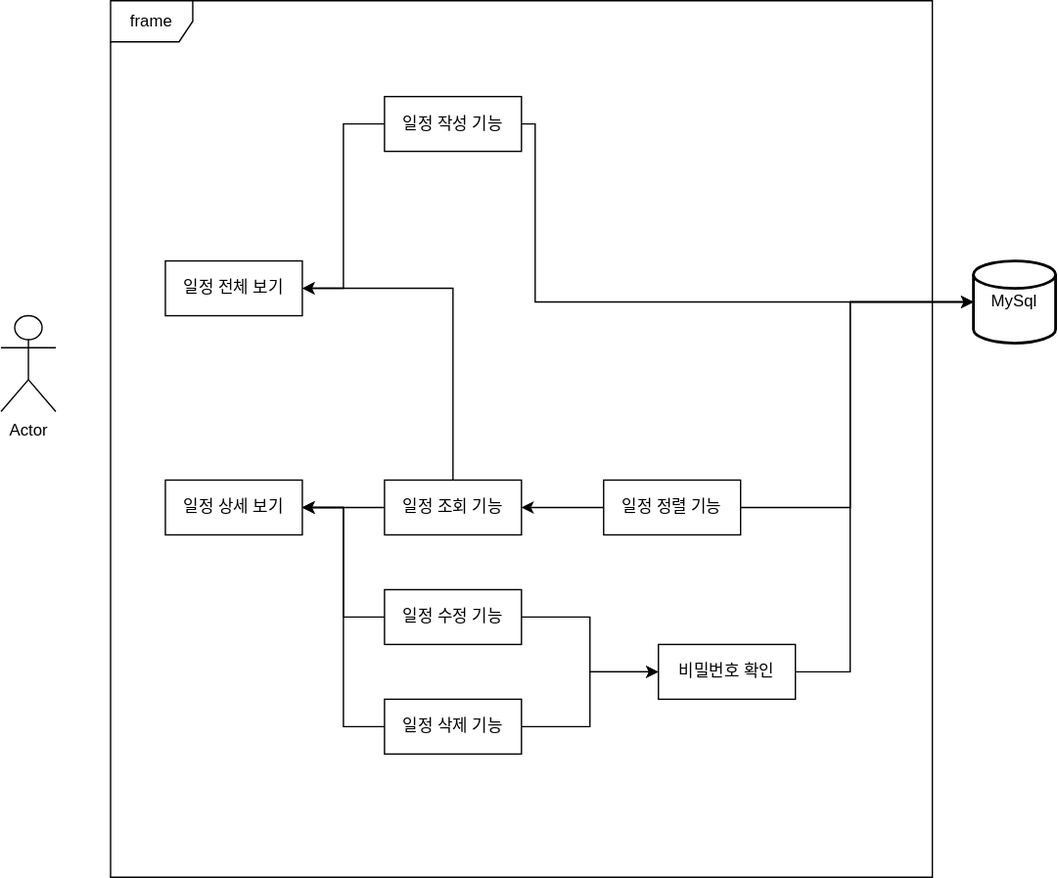
Before: documents/schedule.svg, a diagram exported from draw.io (newbe01/schedule). Source tidied: cells renumbered, new cells last; positions are measured from the earlier drawing's top-left corner, leaving out a move shared by most shapes. The source it was exported from:
```xml
<mxGraphModel background="#FFFFFF">
  <root>
    <mxCell id="0" />
    <mxCell id="1" parent="0" />
    <mxCell id="2" value="Actor" style="shape=umlActor;verticalLabelPosition=bottom;verticalAlign=top;html=1;outlineConnect=0;" parent="1" vertex="1">
      <mxGeometry y="230" width="40" height="70" as="geometry" />
    </mxCell>
    <mxCell id="3" value="frame" style="shape=umlFrame;whiteSpace=wrap;html=1;" parent="1" vertex="1">
      <mxGeometry x="80" width="600" height="640" as="geometry" />
    </mxCell>
    <mxCell id="4" value="MySql" style="strokeWidth=2;html=1;shape=mxgraph.flowchart.database;whiteSpace=wrap;" parent="1" vertex="1">
      <mxGeometry x="710" y="190" width="60" height="60" as="geometry" />
    </mxCell>
    <mxCell id="5" style="edgeStyle=orthogonalEdgeStyle;rounded=0;jettySize=auto;html=1;exitX=0;exitY=0.5;exitDx=0;exitDy=0;entryX=1;entryY=0.5;entryDx=0;entryDy=0;" parent="1" edge="1" source="6" target="18">
      <mxGeometry relative="1" as="geometry" />
    </mxCell>
    <mxCell id="6" value="일정 작성 기능" style="whiteSpace=wrap;html=1;align=center;" parent="1" vertex="1">
      <mxGeometry x="280" y="70" width="100" height="40" as="geometry" />
    </mxCell>
    <mxCell id="7" style="edgeStyle=orthogonalEdgeStyle;rounded=0;jettySize=auto;html=1;exitX=0;exitY=0.5;exitDx=0;exitDy=0;entryX=1;entryY=0.5;entryDx=0;entryDy=0;" parent="1" edge="1" source="9" target="19">
      <mxGeometry relative="1" as="geometry" />
    </mxCell>
    <mxCell id="8" style="edgeStyle=orthogonalEdgeStyle;rounded=0;jettySize=auto;html=1;entryX=1;entryY=0.5;entryDx=0;entryDy=0;exitX=0.5;exitY=0;exitDx=0;exitDy=0;" parent="1" edge="1" source="9" target="18">
      <mxGeometry relative="1" as="geometry">
        <Array as="points">
          <mxPoint x="330" y="210" />
        </Array>
      </mxGeometry>
    </mxCell>
    <mxCell id="9" value="일정 조회 기능" style="whiteSpace=wrap;html=1;align=center;" parent="1" vertex="1">
      <mxGeometry x="280" y="350" width="100" height="40" as="geometry" />
    </mxCell>
    <mxCell id="10" style="edgeStyle=orthogonalEdgeStyle;rounded=0;jettySize=auto;html=1;entryX=1;entryY=0.5;entryDx=0;entryDy=0;" parent="1" edge="1" source="12" target="19">
      <mxGeometry relative="1" as="geometry" />
    </mxCell>
    <mxCell id="11" style="edgeStyle=orthogonalEdgeStyle;rounded=0;jettySize=auto;html=1;entryX=0;entryY=0.5;entryDx=0;entryDy=0;" parent="1" edge="1" source="12" target="22">
      <mxGeometry relative="1" as="geometry" />
    </mxCell>
    <mxCell id="12" value="일정 수정 기능" style="whiteSpace=wrap;html=1;align=center;" parent="1" vertex="1">
      <mxGeometry x="280" y="430" width="100" height="40" as="geometry" />
    </mxCell>
    <mxCell id="13" style="edgeStyle=orthogonalEdgeStyle;rounded=0;jettySize=auto;html=1;entryX=1;entryY=0.5;entryDx=0;entryDy=0;" parent="1" edge="1" source="15" target="19">
      <mxGeometry relative="1" as="geometry" />
    </mxCell>
    <mxCell id="14" style="edgeStyle=orthogonalEdgeStyle;rounded=0;jettySize=auto;html=1;entryX=0;entryY=0.5;entryDx=0;entryDy=0;" parent="1" edge="1" source="15" target="22">
      <mxGeometry relative="1" as="geometry" />
    </mxCell>
    <mxCell id="15" value="일정 삭제 기능&lt;br&gt;" style="whiteSpace=wrap;html=1;align=center;" parent="1" vertex="1">
      <mxGeometry x="280" y="510" width="100" height="40" as="geometry" />
    </mxCell>
    <mxCell id="16" style="edgeStyle=orthogonalEdgeStyle;rounded=0;jettySize=auto;html=1;entryX=1;entryY=0.5;entryDx=0;entryDy=0;" parent="1" edge="1" source="17" target="9">
      <mxGeometry relative="1" as="geometry" />
    </mxCell>
    <mxCell id="17" value="일정 정렬 기능" style="whiteSpace=wrap;html=1;align=center;" parent="1" vertex="1">
      <mxGeometry x="440" y="350" width="100" height="40" as="geometry" />
    </mxCell>
    <mxCell id="18" value="일정 전체 보기" style="whiteSpace=wrap;html=1;align=center;" parent="1" vertex="1">
      <mxGeometry x="120" y="190" width="100" height="40" as="geometry" />
    </mxCell>
    <mxCell id="19" value="일정 상세 보기" style="whiteSpace=wrap;html=1;align=center;" parent="1" vertex="1">
      <mxGeometry x="120" y="350" width="100" height="40" as="geometry" />
    </mxCell>
    <mxCell id="20" style="edgeStyle=orthogonalEdgeStyle;rounded=0;jettySize=auto;html=1;entryX=0;entryY=0.5;entryDx=0;entryDy=0;entryPerimeter=0;" parent="1" edge="1" source="17" target="4">
      <mxGeometry relative="1" as="geometry">
        <Array as="points">
          <mxPoint x="620" y="370" />
          <mxPoint x="620" y="220" />
        </Array>
      </mxGeometry>
    </mxCell>
    <mxCell id="21" style="edgeStyle=orthogonalEdgeStyle;rounded=0;jettySize=auto;html=1;entryX=0;entryY=0.5;entryDx=0;entryDy=0;entryPerimeter=0;" parent="1" edge="1" source="6" target="4">
      <mxGeometry relative="1" as="geometry">
        <Array as="points">
          <mxPoint x="390" y="90" />
          <mxPoint x="390" y="220" />
        </Array>
      </mxGeometry>
    </mxCell>
    <mxCell id="22" value="비밀번호 확인" style="whiteSpace=wrap;html=1;align=center;" parent="1" vertex="1">
      <mxGeometry x="480" y="470" width="100" height="40" as="geometry" />
    </mxCell>
    <mxCell id="23" style="edgeStyle=orthogonalEdgeStyle;rounded=0;jettySize=auto;html=1;entryX=0;entryY=0.5;entryDx=0;entryDy=0;entryPerimeter=0;" parent="1" edge="1" source="22" target="4">
      <mxGeometry relative="1" as="geometry">
        <Array as="points">
          <mxPoint x="620" y="490" />
          <mxPoint x="620" y="220" />
        </Array>
      </mxGeometry>
    </mxCell>
    <mxCell id="24" style="edgeStyle=orthogonalEdgeStyle;rounded=0;orthogonalLoop=1;jettySize=auto;html=1;entryX=0.5;entryY=0;entryDx=0;entryDy=0;" parent="1" edge="1">
      <mxGeometry relative="1" as="geometry">
        <mxPoint x="490" y="550" as="sourcePoint" />
        <mxPoint x="490" y="550" as="targetPoint" />
      </mxGeometry>
    </mxCell>
  </root>
</mxGraphModel>
```
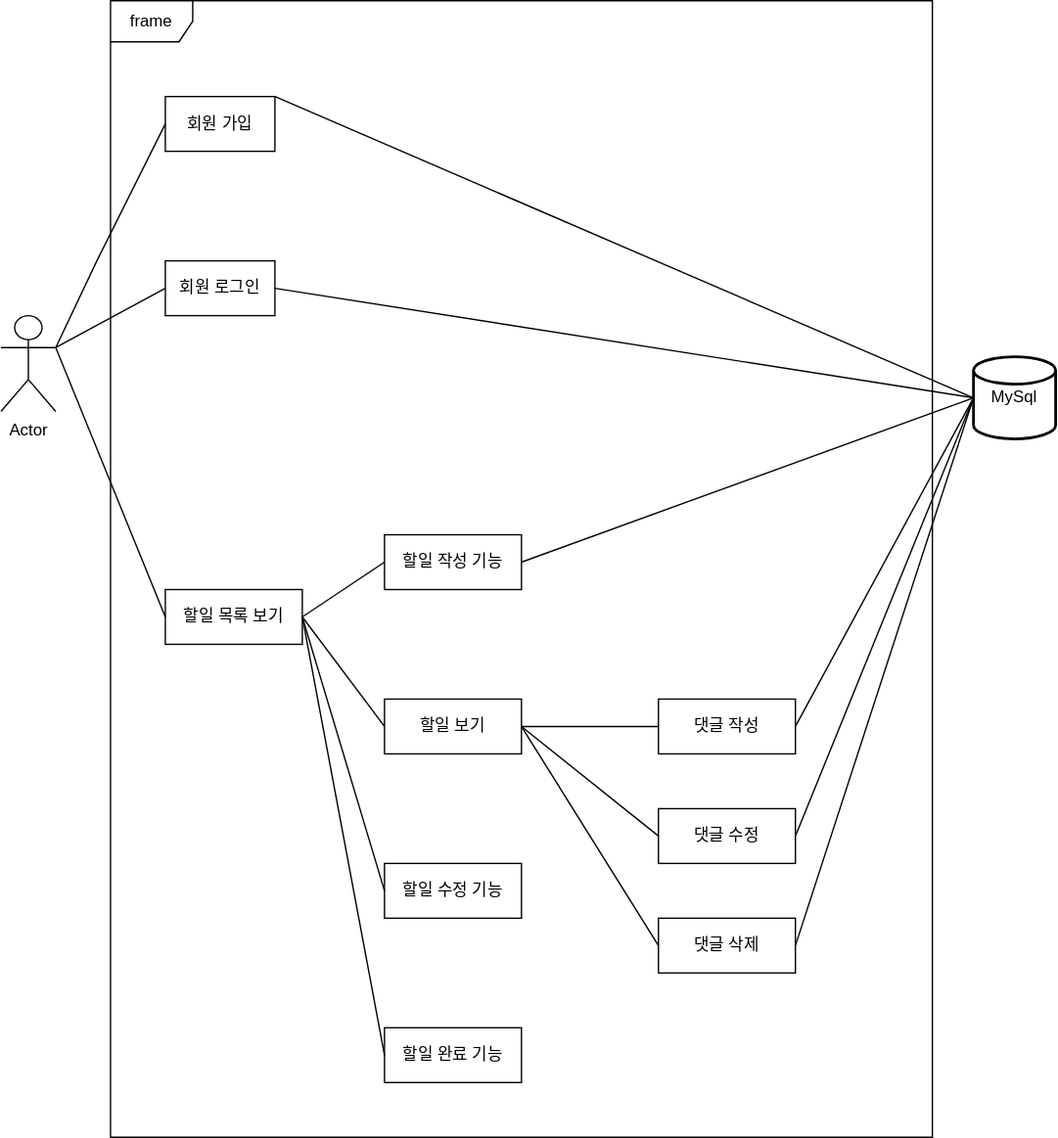
After the change.

Commit message:
erd, use case

Diff of the diagram source:
```diff
@@ -6,92 +6,100 @@
       <mxGeometry y="230" width="40" height="70" as="geometry" />
     </mxCell>
     <mxCell id="3" value="frame" style="shape=umlFrame;whiteSpace=wrap;html=1;" parent="1" vertex="1">
-      <mxGeometry x="80" width="600" height="640" as="geometry" />
+      <mxGeometry x="80" width="600" height="830" as="geometry" />
     </mxCell>
     <mxCell id="4" value="MySql" style="strokeWidth=2;html=1;shape=mxgraph.flowchart.database;whiteSpace=wrap;" parent="1" vertex="1">
-      <mxGeometry x="710" y="190" width="60" height="60" as="geometry" />
+      <mxGeometry x="710" y="260" width="60" height="60" as="geometry" />
     </mxCell>
-    <mxCell id="5" style="edgeStyle=orthogonalEdgeStyle;rounded=0;jettySize=auto;html=1;exitX=0;exitY=0.5;exitDx=0;exitDy=0;entryX=1;entryY=0.5;entryDx=0;entryDy=0;" parent="1" edge="1" source="6" target="18">
-      <mxGeometry relative="1" as="geometry" />
-    </mxCell>
-    <mxCell id="6" value="일정 작성 기능" style="whiteSpace=wrap;html=1;align=center;" parent="1" vertex="1">
-      <mxGeometry x="280" y="70" width="100" height="40" as="geometry" />
+    <mxCell id="6" value="할일 작성 기능" style="whiteSpace=wrap;html=1;align=center;" parent="1" vertex="1">
+      <mxGeometry x="280" y="390" width="100" height="40" as="geometry" />
     </mxCell>
-    <mxCell id="7" style="edgeStyle=orthogonalEdgeStyle;rounded=0;jettySize=auto;html=1;exitX=0;exitY=0.5;exitDx=0;exitDy=0;entryX=1;entryY=0.5;entryDx=0;entryDy=0;" parent="1" edge="1" source="9" target="19">
-      <mxGeometry relative="1" as="geometry" />
-    </mxCell>
-    <mxCell id="8" style="edgeStyle=orthogonalEdgeStyle;rounded=0;jettySize=auto;html=1;entryX=1;entryY=0.5;entryDx=0;entryDy=0;exitX=0.5;exitY=0;exitDx=0;exitDy=0;" parent="1" edge="1" source="9" target="18">
-      <mxGeometry relative="1" as="geometry">
-        <Array as="points">
-          <mxPoint x="330" y="210" />
-        </Array>
-      </mxGeometry>
-    </mxCell>
-    <mxCell id="9" value="일정 조회 기능" style="whiteSpace=wrap;html=1;align=center;" parent="1" vertex="1">
-      <mxGeometry x="280" y="350" width="100" height="40" as="geometry" />
-    </mxCell>
-    <mxCell id="10" style="edgeStyle=orthogonalEdgeStyle;rounded=0;jettySize=auto;html=1;entryX=1;entryY=0.5;entryDx=0;entryDy=0;" parent="1" edge="1" source="12" target="19">
-      <mxGeometry relative="1" as="geometry" />
-    </mxCell>
-    <mxCell id="11" style="edgeStyle=orthogonalEdgeStyle;rounded=0;jettySize=auto;html=1;entryX=0;entryY=0.5;entryDx=0;entryDy=0;" parent="1" edge="1" source="12" target="22">
-      <mxGeometry relative="1" as="geometry" />
-    </mxCell>
-    <mxCell id="12" value="일정 수정 기능" style="whiteSpace=wrap;html=1;align=center;" parent="1" vertex="1">
-      <mxGeometry x="280" y="430" width="100" height="40" as="geometry" />
+    <mxCell id="12" value="할일 수정 기능" style="whiteSpace=wrap;html=1;align=center;" parent="1" vertex="1">
+      <mxGeometry x="280" y="630" width="100" height="40" as="geometry" />
     </mxCell>
-    <mxCell id="13" style="edgeStyle=orthogonalEdgeStyle;rounded=0;jettySize=auto;html=1;entryX=1;entryY=0.5;entryDx=0;entryDy=0;" parent="1" edge="1" source="15" target="19">
-      <mxGeometry relative="1" as="geometry" />
-    </mxCell>
-    <mxCell id="14" style="edgeStyle=orthogonalEdgeStyle;rounded=0;jettySize=auto;html=1;entryX=0;entryY=0.5;entryDx=0;entryDy=0;" parent="1" edge="1" source="15" target="22">
-      <mxGeometry relative="1" as="geometry" />
-    </mxCell>
-    <mxCell id="15" value="일정 삭제 기능&lt;br&gt;" style="whiteSpace=wrap;html=1;align=center;" parent="1" vertex="1">
-      <mxGeometry x="280" y="510" width="100" height="40" as="geometry" />
+    <mxCell id="15" value="할일 완료 기능" style="whiteSpace=wrap;html=1;align=center;" parent="1" vertex="1">
+      <mxGeometry x="280" y="750" width="100" height="40" as="geometry" />
     </mxCell>
-    <mxCell id="16" style="edgeStyle=orthogonalEdgeStyle;rounded=0;jettySize=auto;html=1;entryX=1;entryY=0.5;entryDx=0;entryDy=0;" parent="1" edge="1" source="17" target="9">
-      <mxGeometry relative="1" as="geometry" />
-    </mxCell>
-    <mxCell id="17" value="일정 정렬 기능" style="whiteSpace=wrap;html=1;align=center;" parent="1" vertex="1">
-      <mxGeometry x="440" y="350" width="100" height="40" as="geometry" />
-    </mxCell>
-    <mxCell id="18" value="일정 전체 보기" style="whiteSpace=wrap;html=1;align=center;" parent="1" vertex="1">
-      <mxGeometry x="120" y="190" width="100" height="40" as="geometry" />
+    <mxCell id="18" value="할일 목록 보기" style="whiteSpace=wrap;html=1;align=center;" parent="1" vertex="1">
+      <mxGeometry x="120" y="430" width="100" height="40" as="geometry" />
     </mxCell>
-    <mxCell id="19" value="일정 상세 보기" style="whiteSpace=wrap;html=1;align=center;" parent="1" vertex="1">
-      <mxGeometry x="120" y="350" width="100" height="40" as="geometry" />
+    <mxCell id="19" value="할일 보기" style="whiteSpace=wrap;html=1;align=center;" parent="1" vertex="1">
+      <mxGeometry x="280" y="510" width="100" height="40" as="geometry" />
     </mxCell>
-    <mxCell id="20" style="edgeStyle=orthogonalEdgeStyle;rounded=0;jettySize=auto;html=1;entryX=0;entryY=0.5;entryDx=0;entryDy=0;entryPerimeter=0;" parent="1" edge="1" source="17" target="4">
-      <mxGeometry relative="1" as="geometry">
-        <Array as="points">
-          <mxPoint x="620" y="370" />
-          <mxPoint x="620" y="220" />
-        </Array>
-      </mxGeometry>
-    </mxCell>
+    <mxCell id="24" style="edgeStyle=orthogonalEdgeStyle;rounded=0;orthogonalLoop=1;jettySize=auto;html=1;entryX=0.5;entryY=0;entryDx=0;entryDy=0;" parent="1" edge="1">
+      <mxGeometry relative="1" as="geometry">
+        <mxPoint x="490" y="550" as="sourcePoint" />
+        <mxPoint x="490" y="550" as="targetPoint" />
+      </mxGeometry>
+    </mxCell>
+    <mxCell id="25" value="회원 로그인" style="whiteSpace=wrap;html=1;align=center;" parent="1" vertex="1">
+      <mxGeometry x="120" y="190" width="80" height="40" as="geometry" />
+    </mxCell>
+    <mxCell id="26" value="회원 가입" style="whiteSpace=wrap;html=1;align=center;" parent="1" vertex="1">
+      <mxGeometry x="120" y="70" width="80" height="40" as="geometry" />
+    </mxCell>
+    <mxCell id="27" value="댓글 작성" style="whiteSpace=wrap;html=1;align=center;" parent="1" vertex="1">
+      <mxGeometry x="480" y="510" width="100" height="40" as="geometry" />
+    </mxCell>
+    <mxCell id="28" value="댓글 수정" style="whiteSpace=wrap;html=1;align=center;" parent="1" vertex="1">
+      <mxGeometry x="480" y="590" width="100" height="40" as="geometry" />
+    </mxCell>
+    <mxCell id="29" value="댓글 삭제" style="whiteSpace=wrap;html=1;align=center;" parent="1" vertex="1">
+      <mxGeometry x="480" y="670" width="100" height="40" as="geometry" />
+    </mxCell>
+    <mxCell id="30" style="endArrow=none;html=1;rounded=0;entryX=0;entryY=0.5;entryDx=0;entryDy=0;exitX=1;exitY=0.3333333333333333;exitDx=0;exitDy=0;exitPerimeter=0;" parent="1" edge="1" source="2" target="26">
+      <mxGeometry relative="1" as="geometry">
+        <Array as="points">
+          <mxPoint x="70" y="190" />
+        </Array>
+      </mxGeometry>
+    </mxCell>
+    <mxCell id="31" style="endArrow=none;html=1;rounded=0;entryX=0;entryY=0.5;entryDx=0;entryDy=0;exitX=1;exitY=0.3333333333333333;exitDx=0;exitDy=0;exitPerimeter=0;" parent="1" edge="1" source="2" target="25">
+      <mxGeometry relative="1" as="geometry" />
+    </mxCell>
+    <mxCell id="32" style="endArrow=none;html=1;rounded=0;exitX=0;exitY=0.5;exitDx=0;exitDy=0;entryX=1;entryY=0.3333333333333333;entryDx=0;entryDy=0;entryPerimeter=0;" parent="1" edge="1" source="18" target="2">
+      <mxGeometry relative="1" as="geometry" />
+    </mxCell>
+    <mxCell id="33" style="endArrow=none;html=1;rounded=0;entryX=0;entryY=0.5;entryDx=0;entryDy=0;entryPerimeter=0;exitX=1;exitY=0;exitDx=0;exitDy=0;" parent="1" edge="1" source="26" target="4">
+      <mxGeometry relative="1" as="geometry" />
+    </mxCell>
+    <mxCell id="34" style="endArrow=none;html=1;rounded=0;exitX=1;exitY=0.5;exitDx=0;exitDy=0;entryX=0;entryY=0.5;entryDx=0;entryDy=0;entryPerimeter=0;" parent="1" edge="1" source="25" target="4">
+      <mxGeometry relative="1" as="geometry" />
+    </mxCell>
+    <mxCell id="35" style="endArrow=none;html=1;rounded=0;exitX=1;exitY=0.5;exitDx=0;exitDy=0;entryX=0;entryY=0.5;entryDx=0;entryDy=0;" parent="1" edge="1" source="18" target="6">
+      <mxGeometry relative="1" as="geometry" />
+    </mxCell>
-    <mxCell id="21" style="edgeStyle=orthogonalEdgeStyle;rounded=0;jettySize=auto;html=1;entryX=0;entryY=0.5;entryDx=0;entryDy=0;entryPerimeter=0;" parent="1" edge="1" source="6" target="4">
-      <mxGeometry relative="1" as="geometry">
-        <Array as="points">
-          <mxPoint x="390" y="90" />
-          <mxPoint x="390" y="220" />
-        </Array>
-      </mxGeometry>
+    <mxCell id="21" style="endArrow=none;html=1;rounded=0;entryX=0;entryY=0.5;entryDx=0;entryDy=0;entryPerimeter=0;exitX=1;exitY=0.5;exitDx=0;exitDy=0;" parent="1" edge="1" source="6" target="4">
+      <mxGeometry relative="1" as="geometry" />
     </mxCell>
-    <mxCell id="22" value="비밀번호 확인" style="whiteSpace=wrap;html=1;align=center;" parent="1" vertex="1">
-      <mxGeometry x="480" y="470" width="100" height="40" as="geometry" />
-    </mxCell>
-    <mxCell id="23" style="edgeStyle=orthogonalEdgeStyle;rounded=0;jettySize=auto;html=1;entryX=0;entryY=0.5;entryDx=0;entryDy=0;entryPerimeter=0;" parent="1" edge="1" source="22" target="4">
-      <mxGeometry relative="1" as="geometry">
-        <Array as="points">
-          <mxPoint x="620" y="490" />
-          <mxPoint x="620" y="220" />
-        </Array>
-      </mxGeometry>
-    </mxCell>
-    <mxCell id="24" style="edgeStyle=orthogonalEdgeStyle;rounded=0;orthogonalLoop=1;jettySize=auto;html=1;entryX=0.5;entryY=0;entryDx=0;entryDy=0;" parent="1" edge="1">
-      <mxGeometry relative="1" as="geometry">
-        <mxPoint x="490" y="550" as="sourcePoint" />
-        <mxPoint x="490" y="550" as="targetPoint" />
-      </mxGeometry>
-    </mxCell>
+    <mxCell id="36" style="endArrow=none;html=1;rounded=0;exitX=1;exitY=0.5;exitDx=0;exitDy=0;entryX=0;entryY=0.5;entryDx=0;entryDy=0;" parent="1" edge="1" source="18" target="19">
+      <mxGeometry relative="1" as="geometry" />
+    </mxCell>
+    <mxCell id="37" style="endArrow=none;html=1;rounded=0;entryX=0;entryY=0.5;entryDx=0;entryDy=0;exitX=1;exitY=0.5;exitDx=0;exitDy=0;" parent="1" edge="1" source="19" target="27">
+      <mxGeometry relative="1" as="geometry" />
+    </mxCell>
+    <mxCell id="38" style="endArrow=none;html=1;rounded=0;entryX=0;entryY=0.5;entryDx=0;entryDy=0;exitX=1;exitY=0.5;exitDx=0;exitDy=0;" parent="1" edge="1" source="19" target="29">
+      <mxGeometry relative="1" as="geometry" />
+    </mxCell>
+    <mxCell id="39" style="endArrow=none;html=1;rounded=0;entryX=0;entryY=0.5;entryDx=0;entryDy=0;exitX=1;exitY=0.5;exitDx=0;exitDy=0;" parent="1" edge="1" source="19" target="28">
+      <mxGeometry relative="1" as="geometry" />
+    </mxCell>
+    <mxCell id="40" style="endArrow=none;html=1;rounded=0;exitX=1;exitY=0.5;exitDx=0;exitDy=0;entryX=0;entryY=0.5;entryDx=0;entryDy=0;" parent="1" edge="1" source="18" target="12">
+      <mxGeometry relative="1" as="geometry" />
+    </mxCell>
+    <mxCell id="41" style="endArrow=none;html=1;rounded=0;exitX=1;exitY=0.5;exitDx=0;exitDy=0;entryX=0;entryY=0.5;entryDx=0;entryDy=0;" parent="1" edge="1" source="18" target="15">
+      <mxGeometry relative="1" as="geometry" />
+    </mxCell>
+    <mxCell id="42" style="endArrow=none;html=1;rounded=0;entryX=0;entryY=0.5;entryDx=0;entryDy=0;entryPerimeter=0;exitX=1;exitY=0.5;exitDx=0;exitDy=0;" parent="1" edge="1" source="27" target="4">
+      <mxGeometry relative="1" as="geometry" />
+    </mxCell>
+    <mxCell id="43" style="endArrow=none;html=1;rounded=0;exitX=1;exitY=0.5;exitDx=0;exitDy=0;" parent="1" edge="1" source="28">
+      <mxGeometry relative="1" as="geometry">
+        <mxPoint x="710" y="290" as="targetPoint" />
+      </mxGeometry>
+    </mxCell>
+    <mxCell id="44" style="endArrow=none;html=1;rounded=0;entryX=0;entryY=0.5;entryDx=0;entryDy=0;entryPerimeter=0;exitX=1;exitY=0.5;exitDx=0;exitDy=0;" parent="1" edge="1" source="29" target="4">
+      <mxGeometry relative="1" as="geometry" />
+    </mxCell>
   </root>
 </mxGraphModel>
```
